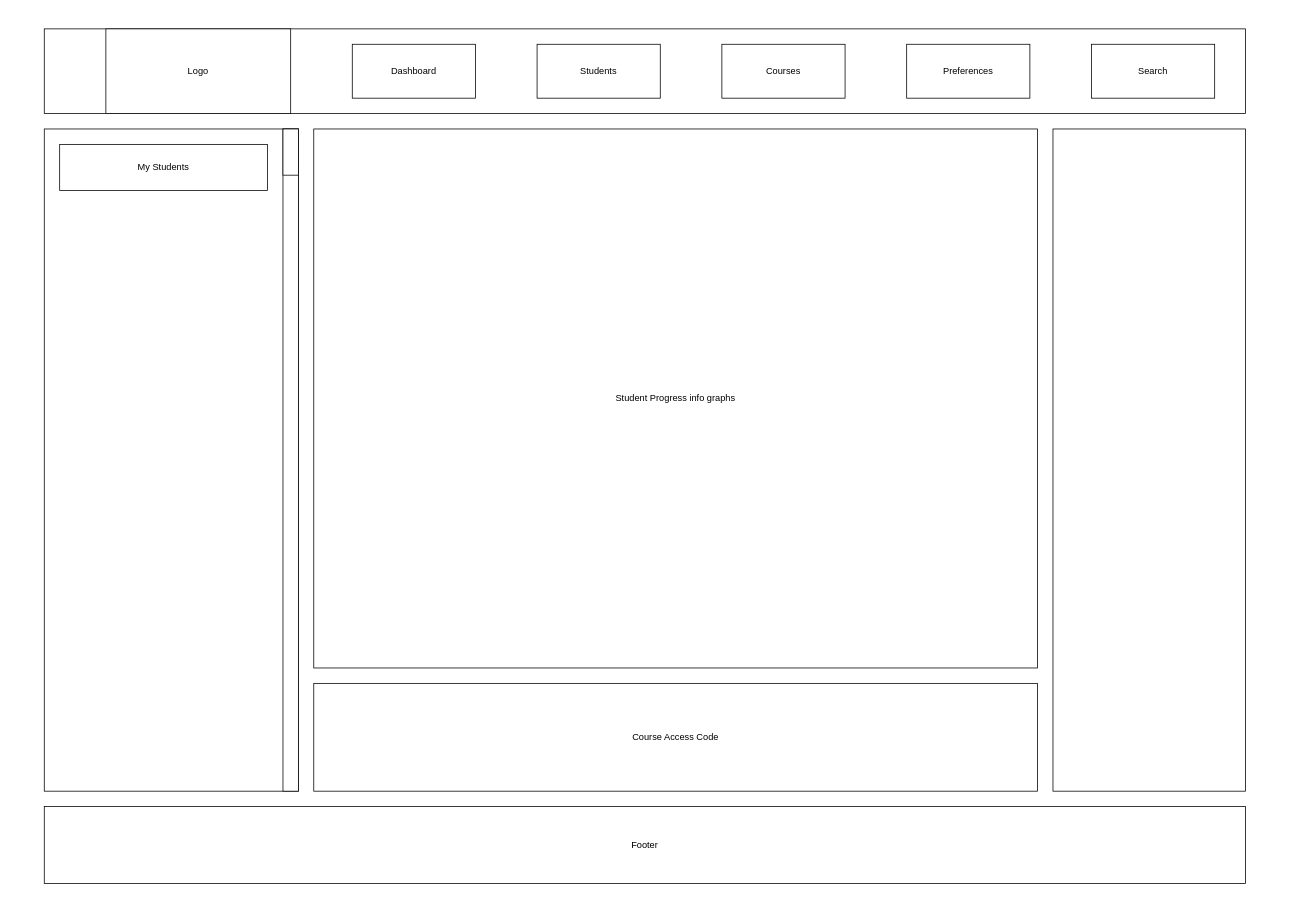
Above: Staff Dashboard.drawio in OpenScource/Info (draw.io), before the change. Source tidied: cells renumbered, new cells numbered last; positions are measured from the earlier drawing's top-left corner, leaving out a move shared by most shapes. Both pictures are drawn from the tidied source at 77%, with x=0, y=0 at pixel (44, 28).
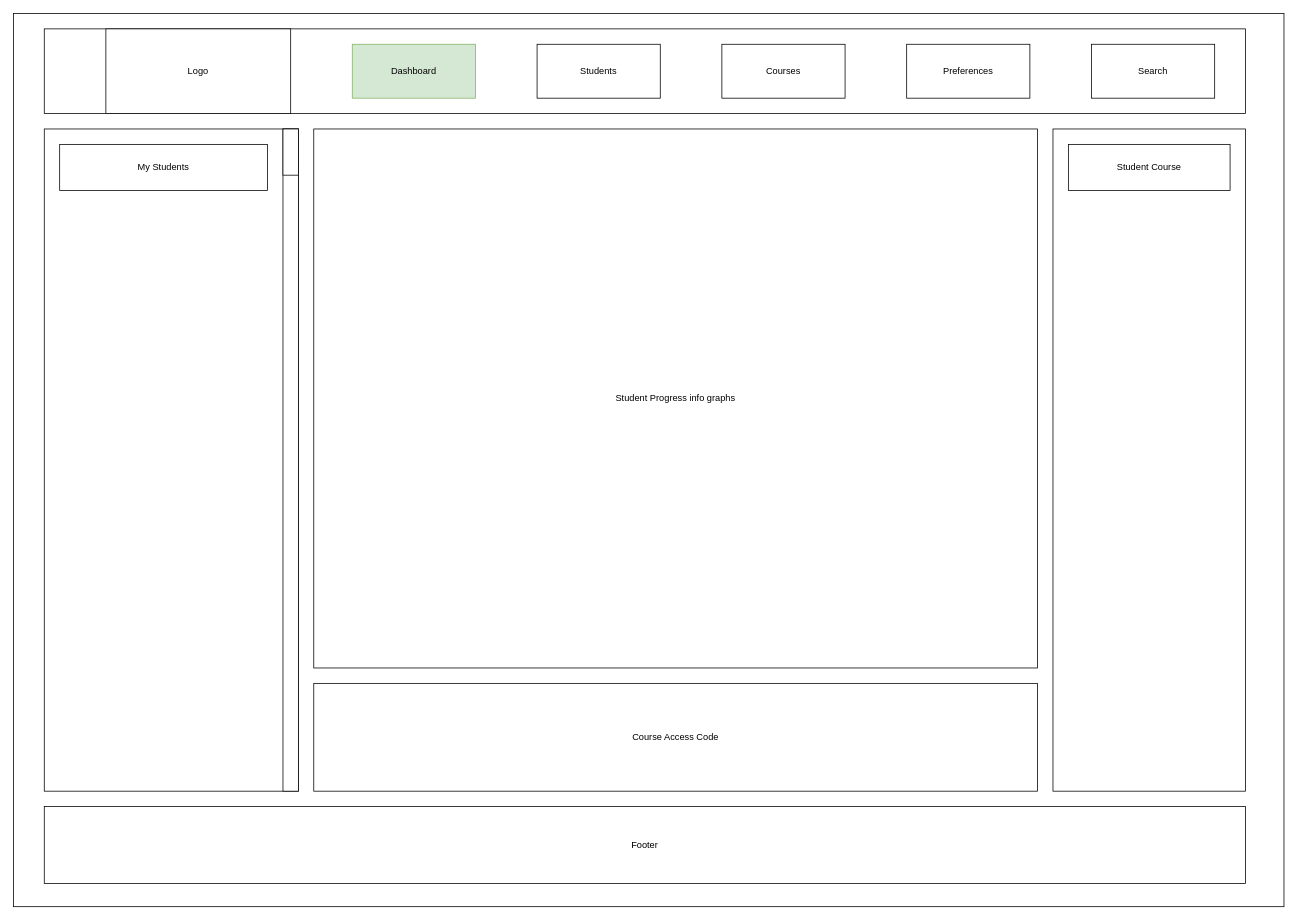
Above is the later version.

What changed in the source:
```diff
@@
 <mxGraphModel>
   <root>
     <mxCell id="0" />
     <mxCell id="1" parent="0" />
+    <mxCell id="17" style="rounded=0;whiteSpace=wrap;html=1;" parent="1" vertex="1">
+      <mxGeometry x="-40" y="-20" width="1650" height="1160" as="geometry" />
+    </mxCell>
     <mxCell id="2" style="rounded=0;whiteSpace=wrap;html=1;" parent="1" vertex="1">
       <mxGeometry width="1560" height="110" as="geometry" />
     </mxCell>
     <mxCell id="3" value="Logo" style="rounded=0;whiteSpace=wrap;html=1;" parent="1" vertex="1">
       <mxGeometry x="80" width="240" height="110" as="geometry" />
     </mxCell>
     <mxCell id="4" value="Students" style="rounded=0;whiteSpace=wrap;html=1;" parent="1" vertex="1">
       <mxGeometry x="640" y="20" width="160" height="70" as="geometry" />
     </mxCell>
     <mxCell id="5" value="Search" style="rounded=0;whiteSpace=wrap;html=1;" parent="1" vertex="1">
       <mxGeometry x="1360" y="20" width="160" height="70" as="geometry" />
     </mxCell>
     <mxCell id="6" value="Preferences" style="rounded=0;whiteSpace=wrap;html=1;" parent="1" vertex="1">
       <mxGeometry x="1120" y="20" width="160" height="70" as="geometry" />
     </mxCell>
     <mxCell id="7" value="Courses" style="rounded=0;whiteSpace=wrap;html=1;" parent="1" vertex="1">
       <mxGeometry x="880" y="20" width="160" height="70" as="geometry" />
     </mxCell>
     <mxCell id="8" value="Footer" style="rounded=0;whiteSpace=wrap;html=1;" parent="1" vertex="1">
       <mxGeometry y="1010" width="1560" height="100" as="geometry" />
     </mxCell>
-    <mxCell id="9" value="Dashboard" style="rounded=0;whiteSpace=wrap;html=1;" parent="1" vertex="1">
+    <mxCell id="9" value="Dashboard" style="rounded=0;whiteSpace=wrap;html=1;fillColor=#d5e8d4;strokeColor=#82b366;" parent="1" vertex="1">
       <mxGeometry x="400" y="20" width="160" height="70" as="geometry" />
     </mxCell>
     <mxCell id="10" value="Student Progress info graphs" style="rounded=0;whiteSpace=wrap;html=1;" parent="1" vertex="1">
       <mxGeometry x="350" y="130" width="940" height="700" as="geometry" />
     </mxCell>
     <mxCell id="11" style="rounded=0;whiteSpace=wrap;html=1;" parent="1" vertex="1">
       <mxGeometry y="130" width="330" height="860" as="geometry" />
     </mxCell>
     <mxCell id="12" value="Course Access Code" style="rounded=0;whiteSpace=wrap;html=1;" parent="1" vertex="1">
       <mxGeometry x="350" y="850" width="940" height="140" as="geometry" />
     </mxCell>
     <mxCell id="13" style="rounded=0;whiteSpace=wrap;html=1;" parent="1" vertex="1">
       <mxGeometry x="1310" y="130" width="250" height="860" as="geometry" />
     </mxCell>
     <mxCell id="14" style="rounded=0;whiteSpace=wrap;html=1;" parent="1" vertex="1">
       <mxGeometry x="310" y="130" width="20" height="860" as="geometry" />
     </mxCell>
     <mxCell id="15" style="rounded=0;whiteSpace=wrap;html=1;" parent="1" vertex="1">
       <mxGeometry x="310" y="130" width="20" height="60" as="geometry" />
     </mxCell>
     <mxCell id="16" value="My Students" style="rounded=0;whiteSpace=wrap;html=1;" parent="1" vertex="1">
       <mxGeometry x="20" y="150" width="270" height="60" as="geometry" />
     </mxCell>
+    <mxCell id="18" value="Student Course" style="rounded=0;whiteSpace=wrap;html=1;" parent="1" vertex="1">
+      <mxGeometry x="1330" y="150" width="210" height="60" as="geometry" />
+    </mxCell>
   </root>
 </mxGraphModel>
```
